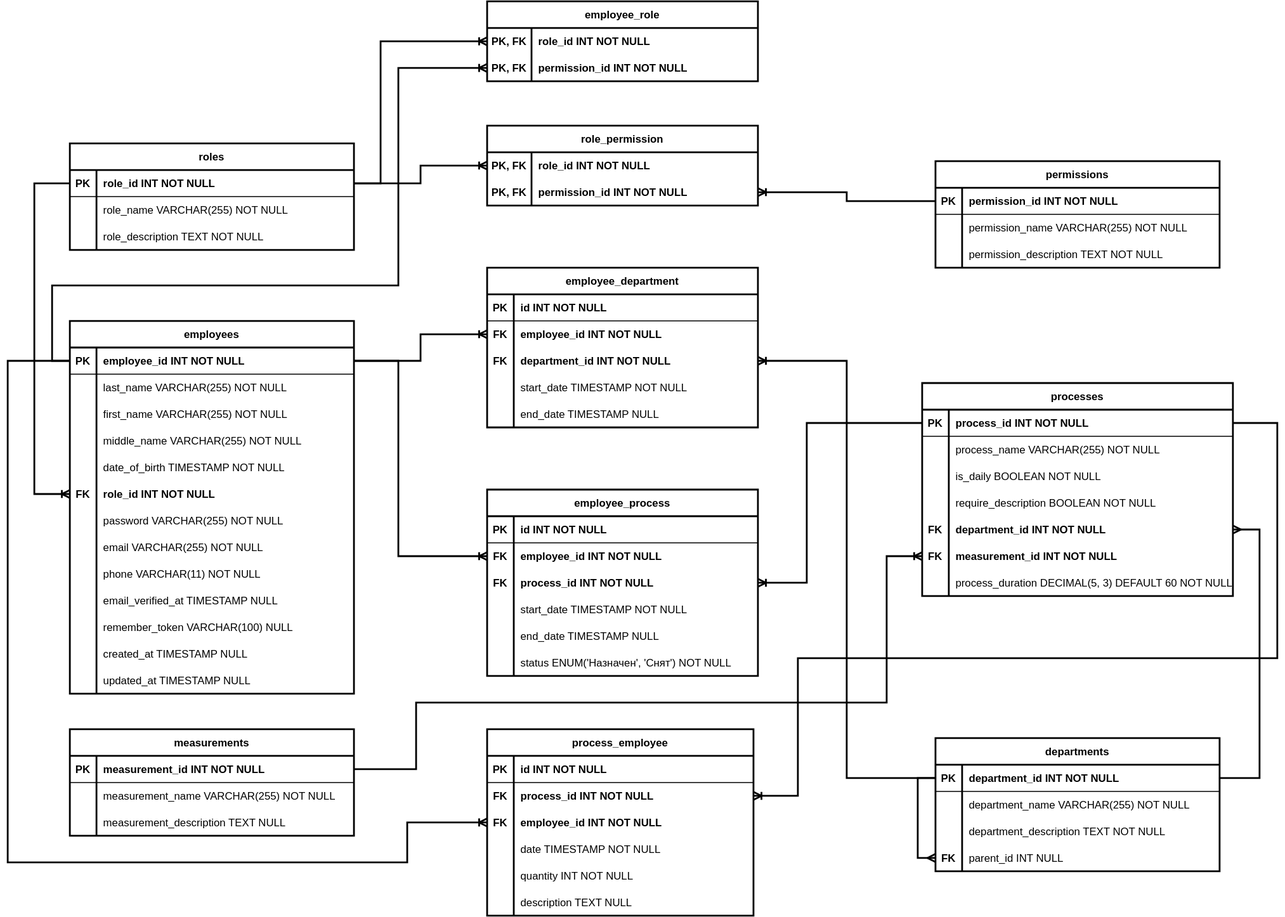
Before: _DatabaseStructure/DB structure new.drawio.svg, a diagram exported from draw.io (JNorri/library_time). Source tidied: cells renumbered, new cells last; positions are measured from the earlier drawing's top-left corner, leaving out a move shared by most shapes.
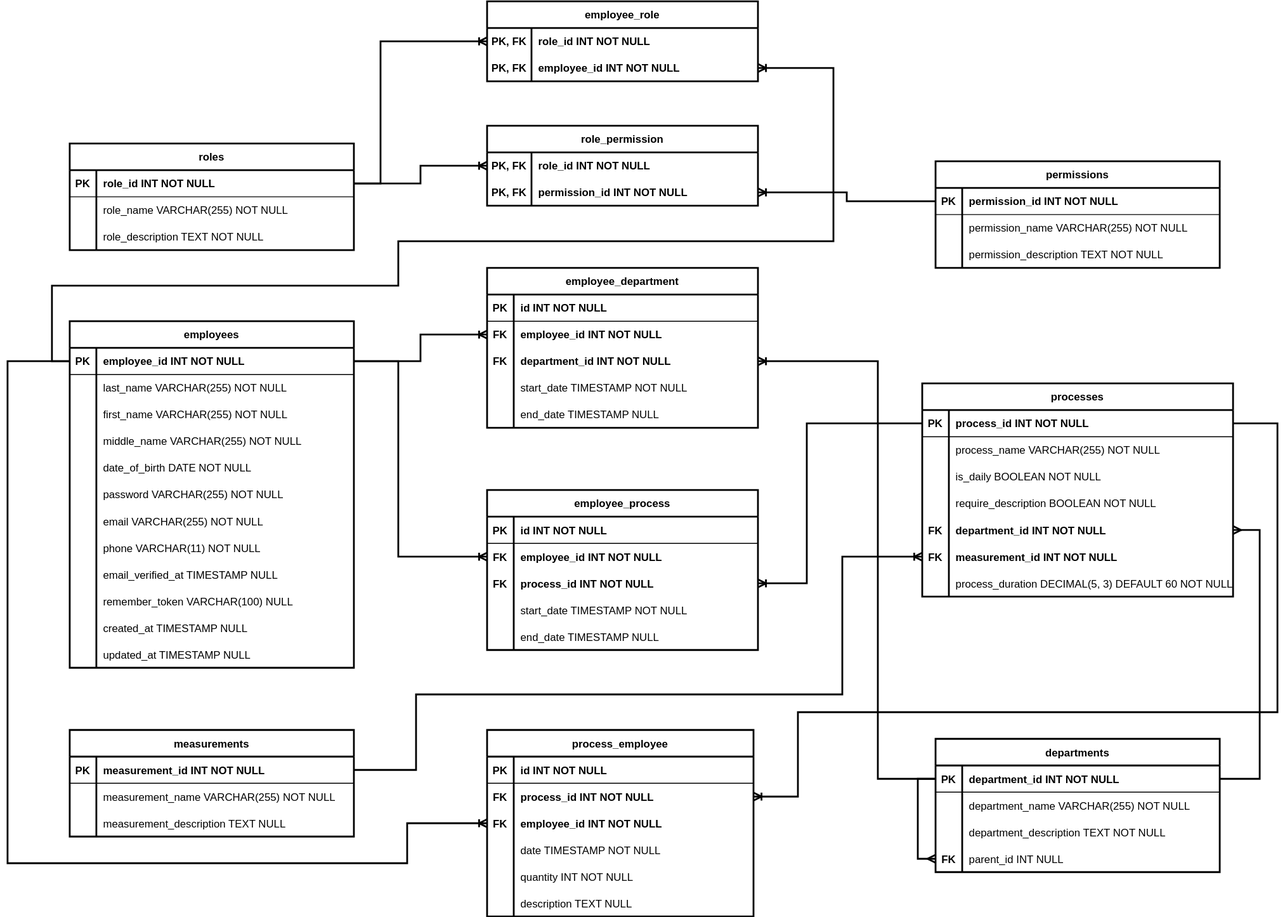
The same file after the commit.

The edit, as a diff of the source:
```diff
@@ -99,7 +99,7 @@
       <mxGeometry x="30" width="320" height="30" as="geometry" />
     </mxCell>
     <mxCell id="34" value="employees" style="shape=table;startSize=30;rowLines=0;fontStyle=1;align=center;strokeWidth=2;" parent="1" vertex="1">
-      <mxGeometry x="70" y="360" width="320" height="420" as="geometry" />
+      <mxGeometry x="70" y="360" width="320" height="390" as="geometry" />
     </mxCell>
     <mxCell id="35" style="shape=tableRow;horizontal=0;startSize=0;swimlaneHead=0;swimlaneBody=0;fillColor=none;points=[[0,0.5],[1,0.5]];portConstraint=eastwest;strokeColor=inherit;top=0;left=0;right=0;bottom=1;" parent="34" vertex="1">
       <mxGeometry y="30" width="320" height="30" as="geometry" />
@@ -143,20 +143,11 @@
     <mxCell id="48" style="shape=partialRectangle;overflow=hidden;fillColor=none;strokeColor=inherit;top=0;left=0;bottom=0;right=0;" parent="47" vertex="1">
       <mxGeometry width="30" height="30" as="geometry" />
     </mxCell>
-    <mxCell id="49" value="date_of_birth&#9;         TIMESTAMP&#9;&#9;&#9;&#9;                  NOT NULL" style="shape=partialRectangle;overflow=hidden;fillColor=none;align=left;strokeColor=inherit;top=0;left=0;bottom=0;right=0;spacingLeft=6;" parent="47" vertex="1">
+    <mxCell id="49" value="date_of_birth DATE NOT NULL" style="shape=partialRectangle;overflow=hidden;fillColor=none;align=left;strokeColor=inherit;top=0;left=0;bottom=0;right=0;spacingLeft=6;" parent="47" vertex="1">
       <mxGeometry x="30" width="290" height="30" as="geometry" />
     </mxCell>
-    <mxCell id="50" style="shape=tableRow;horizontal=0;startSize=0;swimlaneHead=0;swimlaneBody=0;fillColor=none;points=[[0,0.5],[1,0.5]];portConstraint=eastwest;strokeColor=inherit;top=0;left=0;right=0;bottom=0;" parent="34" vertex="1">
-      <mxGeometry y="180" width="320" height="30" as="geometry" />
-    </mxCell>
-    <mxCell id="51" value="FK" style="shape=partialRectangle;overflow=hidden;fillColor=none;strokeColor=inherit;top=0;left=0;bottom=0;right=0;fontStyle=1;" parent="50" vertex="1">
-      <mxGeometry width="30" height="30" as="geometry" />
-    </mxCell>
-    <mxCell id="52" value="role_id INT NOT NULL" style="shape=partialRectangle;overflow=hidden;fillColor=none;align=left;strokeColor=inherit;top=0;left=0;bottom=0;right=0;spacingLeft=6;fontStyle=1;" parent="50" vertex="1">
-      <mxGeometry x="30" width="290" height="30" as="geometry" />
-    </mxCell>
     <mxCell id="53" style="shape=tableRow;horizontal=0;startSize=0;swimlaneHead=0;swimlaneBody=0;fillColor=none;strokeColor=inherit;top=0;left=0;right=0;bottom=0;" parent="34" vertex="1">
-      <mxGeometry y="210" width="320" height="30" as="geometry" />
+      <mxGeometry y="180" width="320" height="30" as="geometry" />
     </mxCell>
     <mxCell id="54" style="shape=partialRectangle;overflow=hidden;fillColor=none;strokeColor=inherit;top=0;left=0;bottom=0;right=0;" parent="53" vertex="1">
       <mxGeometry width="30" height="30" as="geometry" />
@@ -165,7 +156,7 @@
       <mxGeometry x="30" width="290" height="30" as="geometry" />
     </mxCell>
     <mxCell id="56" style="shape=tableRow;horizontal=0;startSize=0;swimlaneHead=0;swimlaneBody=0;fillColor=none;strokeColor=inherit;top=0;left=0;right=0;bottom=0;" parent="34" vertex="1">
-      <mxGeometry y="240" width="320" height="30" as="geometry" />
+      <mxGeometry y="210" width="320" height="30" as="geometry" />
     </mxCell>
     <mxCell id="57" style="shape=partialRectangle;overflow=hidden;fillColor=none;strokeColor=inherit;top=0;left=0;bottom=0;right=0;" parent="56" vertex="1">
       <mxGeometry width="30" height="30" as="geometry" />
@@ -174,7 +165,7 @@
       <mxGeometry x="30" width="290" height="30" as="geometry" />
     </mxCell>
     <mxCell id="59" style="shape=tableRow;horizontal=0;startSize=0;swimlaneHead=0;swimlaneBody=0;fillColor=none;strokeColor=inherit;top=0;left=0;right=0;bottom=0;" parent="34" vertex="1">
-      <mxGeometry y="270" width="320" height="30" as="geometry" />
+      <mxGeometry y="240" width="320" height="30" as="geometry" />
     </mxCell>
     <mxCell id="60" style="shape=partialRectangle;overflow=hidden;fillColor=none;strokeColor=inherit;top=0;left=0;bottom=0;right=0;" parent="59" vertex="1">
       <mxGeometry width="30" height="30" as="geometry" />
@@ -183,7 +174,7 @@
       <mxGeometry x="30" width="290" height="30" as="geometry" />
     </mxCell>
     <mxCell id="62" style="shape=tableRow;horizontal=0;startSize=0;swimlaneHead=0;swimlaneBody=0;fillColor=none;strokeColor=inherit;top=0;left=0;right=0;bottom=0;" parent="34" vertex="1">
-      <mxGeometry y="300" width="320" height="30" as="geometry" />
+      <mxGeometry y="270" width="320" height="30" as="geometry" />
     </mxCell>
     <mxCell id="63" style="shape=partialRectangle;overflow=hidden;fillColor=none;strokeColor=inherit;top=0;left=0;bottom=0;right=0;" parent="62" vertex="1">
       <mxGeometry width="30" height="30" as="geometry" />
@@ -192,7 +183,7 @@
       <mxGeometry x="30" width="290" height="30" as="geometry" />
     </mxCell>
     <mxCell id="65" style="shape=tableRow;horizontal=0;startSize=0;swimlaneHead=0;swimlaneBody=0;fillColor=none;strokeColor=inherit;top=0;left=0;right=0;bottom=0;" parent="34" vertex="1">
-      <mxGeometry y="330" width="320" height="30" as="geometry" />
+      <mxGeometry y="300" width="320" height="30" as="geometry" />
     </mxCell>
     <mxCell id="66" style="shape=partialRectangle;overflow=hidden;fillColor=none;strokeColor=inherit;top=0;left=0;bottom=0;right=0;" parent="65" vertex="1">
       <mxGeometry width="30" height="30" as="geometry" />
@@ -201,7 +192,7 @@
       <mxGeometry x="30" width="290" height="30" as="geometry" />
     </mxCell>
     <mxCell id="68" style="shape=tableRow;horizontal=0;startSize=0;swimlaneHead=0;swimlaneBody=0;fillColor=none;strokeColor=inherit;top=0;left=0;right=0;bottom=0;" parent="34" vertex="1">
-      <mxGeometry y="360" width="320" height="30" as="geometry" />
+      <mxGeometry y="330" width="320" height="30" as="geometry" />
     </mxCell>
     <mxCell id="69" style="shape=partialRectangle;overflow=hidden;fillColor=none;strokeColor=inherit;top=0;left=0;bottom=0;right=0;" parent="68" vertex="1">
       <mxGeometry width="30" height="30" as="geometry" />
@@ -210,7 +201,7 @@
       <mxGeometry x="30" width="290" height="30" as="geometry" />
     </mxCell>
     <mxCell id="71" style="shape=tableRow;horizontal=0;startSize=0;swimlaneHead=0;swimlaneBody=0;fillColor=none;strokeColor=inherit;top=0;left=0;right=0;bottom=0;" parent="34" vertex="1">
-      <mxGeometry y="390" width="320" height="30" as="geometry" />
+      <mxGeometry y="360" width="320" height="30" as="geometry" />
     </mxCell>
     <mxCell id="72" style="shape=partialRectangle;overflow=hidden;fillColor=none;strokeColor=inherit;top=0;left=0;bottom=0;right=0;" parent="71" vertex="1">
       <mxGeometry width="30" height="30" as="geometry" />
@@ -371,7 +362,7 @@
       </mxGeometry>
     </mxCell>
     <mxCell id="123" value="employee_process" style="shape=table;startSize=30;rowLines=0;fontStyle=1;align=center;strokeWidth=2;fillColor=default;" parent="1" vertex="1">
-      <mxGeometry x="540" y="550" width="305" height="210" as="geometry" />
+      <mxGeometry x="540" y="550" width="305" height="180" as="geometry" />
     </mxCell>
     <mxCell id="124" style="shape=tableRow;horizontal=0;startSize=0;swimlaneHead=0;swimlaneBody=0;fillColor=none;strokeColor=inherit;top=0;left=0;right=0;bottom=1;swimlaneLine=0;" parent="123" vertex="1">
       <mxGeometry y="30" width="305" height="30" as="geometry" />
@@ -418,15 +409,6 @@
     <mxCell id="138" value="end_date TIMESTAMP NULL" style="shape=partialRectangle;overflow=hidden;fillColor=none;align=left;strokeColor=inherit;top=0;left=0;bottom=0;right=0;spacingLeft=6;" parent="136" vertex="1">
       <mxGeometry x="30" width="275" height="30" as="geometry" />
     </mxCell>
-    <mxCell id="139" style="shape=tableRow;horizontal=0;startSize=0;swimlaneHead=0;swimlaneBody=0;fillColor=none;strokeColor=inherit;top=0;left=0;right=0;bottom=0;" parent="123" vertex="1">
-      <mxGeometry y="180" width="305" height="30" as="geometry" />
-    </mxCell>
-    <mxCell id="140" style="shape=partialRectangle;overflow=hidden;fillColor=none;strokeColor=inherit;top=0;left=0;bottom=0;right=0;" parent="139" vertex="1">
-      <mxGeometry width="30" height="30" as="geometry" />
-    </mxCell>
-    <mxCell id="141" value="status ENUM('Назначен', 'Cнят') NOT NULL" style="shape=partialRectangle;overflow=hidden;fillColor=none;align=left;strokeColor=inherit;top=0;left=0;bottom=0;right=0;spacingLeft=6;" parent="139" vertex="1">
-      <mxGeometry x="30" width="275" height="30" as="geometry" />
-    </mxCell>
     <mxCell id="142" value="role_permission" style="shape=table;startSize=30;rowLines=0;fontStyle=1;align=center;strokeWidth=2;" parent="1" vertex="1">
       <mxGeometry x="540" y="140" width="305" height="90" as="geometry" />
     </mxCell>
@@ -529,7 +511,7 @@
     <mxCell id="175" value="PK, FK" style="shape=partialRectangle;overflow=hidden;fillColor=none;strokeColor=inherit;top=0;left=0;bottom=0;right=0;fontStyle=1;" parent="174" vertex="1">
       <mxGeometry width="50" height="30" as="geometry" />
     </mxCell>
-    <mxCell id="176" value="permission_id INT NOT NULL" style="shape=partialRectangle;overflow=hidden;fillColor=none;align=left;strokeColor=inherit;top=0;left=0;bottom=0;right=0;spacingLeft=6;fontStyle=1;" parent="174" vertex="1">
+    <mxCell id="176" value="employee_id INT NOT NULL" style="shape=partialRectangle;overflow=hidden;fillColor=none;align=left;strokeColor=inherit;top=0;left=0;bottom=0;right=0;spacingLeft=6;fontStyle=1;" parent="174" vertex="1">
       <mxGeometry x="50" width="255" height="30" as="geometry" />
     </mxCell>
     <mxCell id="177" style="edgeStyle=orthogonalEdgeStyle;fontSize=12;html=1;endArrow=none;rounded=0;strokeWidth=2;startArrow=ERoneToMany;startFill=0;endFill=0;entryX=1;entryY=0.5;entryDx=0;entryDy=0;exitX=0;exitY=0.5;exitDx=0;exitDy=0;" parent="1" edge="1" source="171" target="151">
@@ -540,14 +522,6 @@
         </Array>
       </mxGeometry>
     </mxCell>
-    <mxCell id="178" style="edgeStyle=orthogonalEdgeStyle;fontSize=12;html=1;endArrow=none;rounded=0;strokeWidth=2;startArrow=ERoneToMany;startFill=0;endFill=0;entryX=0;entryY=0.5;entryDx=0;entryDy=0;exitX=0;exitY=0.5;exitDx=0;exitDy=0;" parent="1" edge="1" source="50" target="151">
-      <mxGeometry relative="1" as="geometry">
-        <Array as="points">
-          <mxPoint x="30" y="555" />
-          <mxPoint x="30" y="205" />
-        </Array>
-      </mxGeometry>
-    </mxCell>
     <mxCell id="179" style="edgeStyle=orthogonalEdgeStyle;fontSize=12;html=1;endArrow=none;rounded=0;strokeWidth=2;startArrow=ERoneToMany;startFill=0;endFill=0;exitX=0;exitY=0.5;exitDx=0;exitDy=0;entryX=1;entryY=0.5;entryDx=0;entryDy=0;" parent="1" edge="1" source="97" target="35">
       <mxGeometry relative="1" as="geometry" />
     </mxCell>
@@ -562,9 +536,9 @@
     <mxCell id="181" style="edgeStyle=orthogonalEdgeStyle;fontSize=12;html=1;endArrow=none;rounded=0;strokeWidth=2;startArrow=ERoneToMany;startFill=0;endFill=0;exitX=0;exitY=0.5;exitDx=0;exitDy=0;entryX=1;entryY=0.5;entryDx=0;entryDy=0;" parent="1" edge="1" source="28" target="3">
       <mxGeometry relative="1" as="geometry">
         <Array as="points">
-          <mxPoint x="990" y="625" />
-          <mxPoint x="990" y="790" />
-          <mxPoint x="460" y="790" />
+          <mxPoint x="940" y="625" />
+          <mxPoint x="940" y="780" />
+          <mxPoint x="460" y="780" />
           <mxPoint x="460" y="865" />
         </Array>
       </mxGeometry>
@@ -578,14 +552,19 @@
       </mxGeometry>
     </mxCell>
     <mxCell id="183" style="edgeStyle=orthogonalEdgeStyle;fontSize=12;html=1;endArrow=none;rounded=0;strokeWidth=2;startArrow=ERoneToMany;startFill=0;endFill=0;entryX=0;entryY=0.5;entryDx=0;entryDy=0;exitX=1;exitY=0.5;exitDx=0;exitDy=0;" parent="1" edge="1" source="100" target="110">
-      <mxGeometry relative="1" as="geometry" />
+      <mxGeometry relative="1" as="geometry">
+        <Array as="points">
+          <mxPoint x="980" y="405" />
+          <mxPoint x="980" y="875" />
+        </Array>
+      </mxGeometry>
     </mxCell>
     <mxCell id="184" style="edgeStyle=orthogonalEdgeStyle;fontSize=12;html=1;endArrow=none;rounded=0;strokeWidth=2;startArrow=ERoneToMany;startFill=0;endFill=0;exitX=1;exitY=0.5;exitDx=0;exitDy=0;entryX=1;entryY=0.5;entryDx=0;entryDy=0;" parent="1" edge="1" source="78" target="13">
       <mxGeometry relative="1" as="geometry">
         <Array as="points">
           <mxPoint x="890" y="895" />
-          <mxPoint x="890" y="740" />
-          <mxPoint x="1430" y="740" />
+          <mxPoint x="890" y="800" />
+          <mxPoint x="1430" y="800" />
           <mxPoint x="1430" y="475" />
         </Array>
       </mxGeometry>
@@ -593,10 +572,12 @@
     <mxCell id="185" style="edgeStyle=orthogonalEdgeStyle;fontSize=12;html=1;endArrow=none;rounded=0;strokeWidth=2;startArrow=ERoneToMany;startFill=0;endFill=0;entryX=0;entryY=0.5;entryDx=0;entryDy=0;exitX=1;exitY=0.5;exitDx=0;exitDy=0;" parent="1" edge="1" source="146" target="161">
       <mxGeometry relative="1" as="geometry" />
     </mxCell>
-    <mxCell id="186" style="edgeStyle=orthogonalEdgeStyle;fontSize=12;html=1;endArrow=none;rounded=0;strokeWidth=2;startArrow=ERoneToMany;startFill=0;endFill=0;exitX=0;exitY=0.5;exitDx=0;exitDy=0;entryX=0;entryY=0.5;entryDx=0;entryDy=0;" parent="1" edge="1" source="174" target="35">
+    <mxCell id="186" style="edgeStyle=orthogonalEdgeStyle;fontSize=12;html=1;endArrow=none;rounded=0;strokeWidth=2;startArrow=ERoneToMany;startFill=0;endFill=0;exitX=1;exitY=0.5;exitDx=0;exitDy=0;entryX=0;entryY=0.5;entryDx=0;entryDy=0;" parent="1" edge="1" source="174" target="35">
       <mxGeometry relative="1" as="geometry">
         <Array as="points">
-          <mxPoint x="440" y="75" />
+          <mxPoint x="930" y="75" />
+          <mxPoint x="930" y="270" />
+          <mxPoint x="440" y="270" />
           <mxPoint x="440" y="320" />
           <mxPoint x="50" y="320" />
           <mxPoint x="50" y="405" />
```
